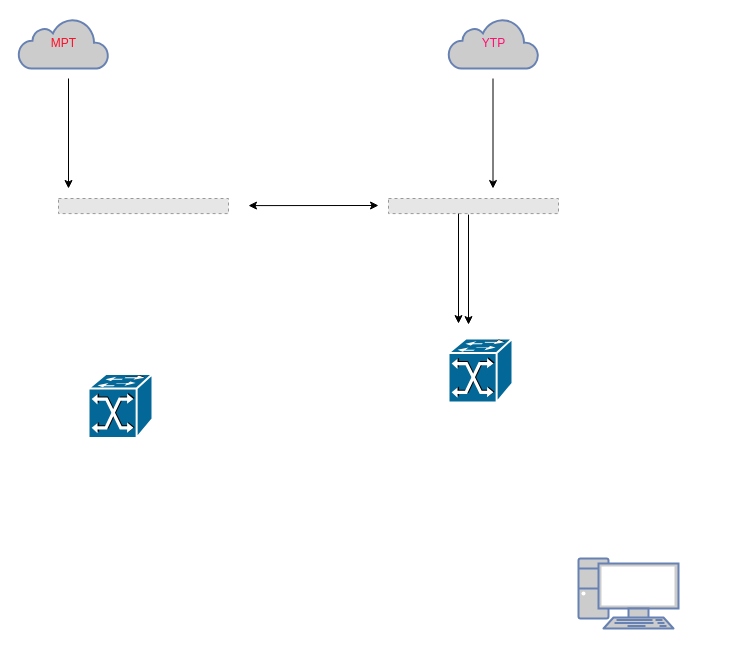
This is Untitled Diagram.drawio from kyawkaungsan/kyawkaungsan, a draw.io file, before an edit. Source tidied: cells renumbered, new cells numbered last; positions are measured from the earlier drawing's top-left corner, leaving out a move shared by most shapes. Both pictures are drawn from the tidied source at 100%, with x=0, y=0 at pixel (18, 18). Pictures stored in the file or linked from it are replaced by grey dashed boxes.
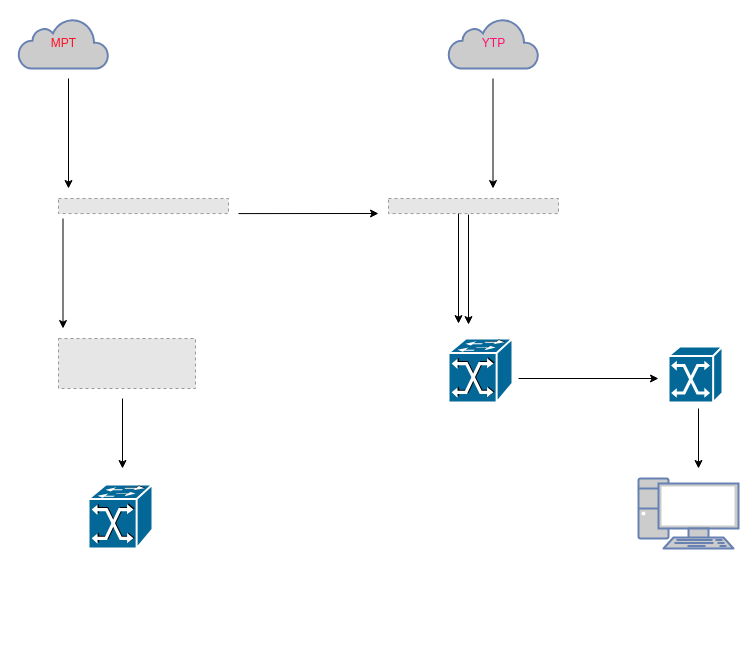
The same diagram, later.

What changed in the source:
```diff
@@
     <mxCell id="2" style="fontColor=#0066CC;verticalAlign=top;verticalLabelPosition=bottom;labelPosition=center;align=center;html=1;fillColor=#CCCCCC;strokeColor=#6881B3;gradientColor=none;gradientDirection=north;strokeWidth=2;shape=mxgraph.networks.pc;" parent="1" vertex="1">
-      <mxGeometry x="560" y="540" width="100" height="70" as="geometry" />
+      <mxGeometry x="620" y="460" width="100" height="70" as="geometry" />
     </mxCell>
@@
     <mxCell id="5" style="shape=mxgraph.cisco.switches.atm_fast_gigabit_etherswitch;sketch=0;html=1;dashed=0;fillColor=#036897;strokeColor=#ffffff;strokeWidth=2;verticalLabelPosition=bottom;verticalAlign=top;align=center;" parent="1" vertex="1">
-      <mxGeometry x="70" y="355.5" width="64" height="64" as="geometry" />
+      <mxGeometry x="70" y="466" width="64" height="64" as="geometry" />
     </mxCell>
@@
-    <mxCell id="11" style="endArrow=classic;startArrow=classic;html=1;rounded=0;" parent="1" edge="1">
-      <mxGeometry relative="1" as="geometry">
-        <mxPoint x="230" y="187.1" as="sourcePoint" />
-        <mxPoint x="360" y="187" as="targetPoint" />
-      </mxGeometry>
-    </mxCell>
@@
+    <mxCell id="14" style="fillColor=#E6E6E6;strokeColor=#999999;dashed=1;verticalLabelPosition=bottom;labelBackgroundColor=default;verticalAlign=top;" parent="1" vertex="1">
+      <mxGeometry x="40" y="320" width="137" height="50" as="geometry" />
+    </mxCell>
+    <mxCell id="15" style="endArrow=classic;html=1;rounded=0;" parent="1" edge="1">
+      <mxGeometry relative="1" as="geometry">
+        <mxPoint x="44.5" y="200" as="sourcePoint" />
+        <mxPoint x="44.5" y="310" as="targetPoint" />
+      </mxGeometry>
+    </mxCell>
+    <mxCell id="16" style="endArrow=classic;html=1;rounded=0;" parent="1" edge="1">
+      <mxGeometry relative="1" as="geometry">
+        <mxPoint x="104" y="380" as="sourcePoint" />
+        <mxPoint x="104" y="450" as="targetPoint" />
+      </mxGeometry>
+    </mxCell>
+    <mxCell id="17" style="shape=mxgraph.cisco.switches.atm_switch;sketch=0;html=1;dashed=0;fillColor=#036897;strokeColor=#ffffff;strokeWidth=2;verticalLabelPosition=bottom;verticalAlign=top;align=center;" parent="1" vertex="1">
+      <mxGeometry x="650" y="328" width="54" height="56" as="geometry" />
+    </mxCell>
+    <mxCell id="18" style="endArrow=classic;html=1;rounded=0;" parent="1" edge="1">
+      <mxGeometry relative="1" as="geometry">
+        <mxPoint x="220" y="195.1" as="sourcePoint" />
+        <mxPoint x="360" y="195" as="targetPoint" />
+      </mxGeometry>
+    </mxCell>
+    <mxCell id="19" style="endArrow=classic;html=1;rounded=0;" parent="1" edge="1">
+      <mxGeometry relative="1" as="geometry">
+        <mxPoint x="500" y="360" as="sourcePoint" />
+        <mxPoint x="640" y="360" as="targetPoint" />
+      </mxGeometry>
+    </mxCell>
+    <mxCell id="20" style="endArrow=classic;html=1;rounded=0;" parent="1" edge="1">
+      <mxGeometry relative="1" as="geometry">
+        <mxPoint x="680" y="390" as="sourcePoint" />
+        <mxPoint x="680" y="450" as="targetPoint" />
+      </mxGeometry>
+    </mxCell>
```
